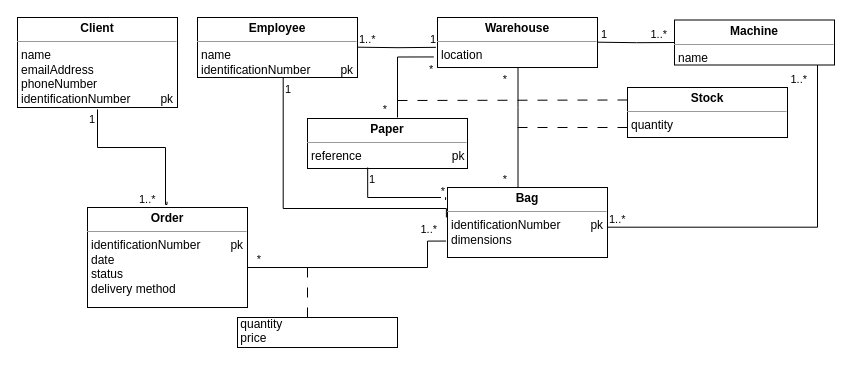
asilva1604/BD-PROJ-23-24 keeps this draw.io diagram as factory.drawio. Above is the earlier version. Source tidied: cells renumbered, new cells numbered last; positions are measured from the earlier drawing's top-left corner, leaving out a move shared by most shapes. Both pictures are drawn from the tidied source at 100%, with x=0, y=0 at pixel (17, 17).
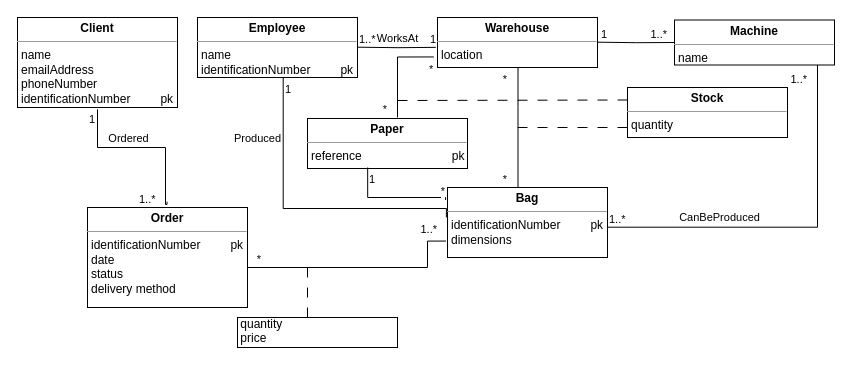
The same diagram, later.

The change refers to these unchanged cells:
```xml
<mxCell id="5" style="endArrow=none;html=1;edgeStyle=orthogonalEdgeStyle;rounded=0;exitX=0.451;exitY=1.021;exitDx=0;exitDy=0;exitPerimeter=0;entryX=0.497;entryY=-0.058;entryDx=0;entryDy=0;entryPerimeter=0;" parent="1" edge="1" target="4">
  <mxGeometry relative="1" as="geometry">
    <mxPoint x="80" y="91.9" as="sourcePoint" />
    <Array as="points">
      <mxPoint x="80" y="130" />
      <mxPoint x="148" y="130" />
      <mxPoint x="148" y="187" />
    </Array>
  </mxGeometry>
</mxCell>
<mxCell id="7" style="endArrow=none;html=1;edgeStyle=orthogonalEdgeStyle;rounded=0;exitX=0.419;exitY=1.045;exitDx=0;exitDy=0;exitPerimeter=0;entryX=-0.007;entryY=0.427;entryDx=0;entryDy=0;entryPerimeter=0;" parent="1" edge="1" target="15">
  <mxGeometry relative="1" as="geometry">
    <mxPoint x="265.7" y="60" as="sourcePoint" />
    <Array as="points">
      <mxPoint x="266" y="191" />
    </Array>
  </mxGeometry>
</mxCell>
<mxCell id="12" style="endArrow=none;html=1;edgeStyle=orthogonalEdgeStyle;rounded=0;entryX=-0.01;entryY=0.597;entryDx=0;entryDy=0;entryPerimeter=0;" parent="1" edge="1" target="11">
  <mxGeometry relative="1" as="geometry">
    <mxPoint x="340" y="29.7" as="sourcePoint" />
  </mxGeometry>
</mxCell>
<mxCell id="36" style="endArrow=none;html=1;edgeStyle=orthogonalEdgeStyle;rounded=0;" parent="1" edge="1" target="16">
  <mxGeometry relative="1" as="geometry">
    <mxPoint x="590" y="209.7" as="sourcePoint" />
    <Array as="points">
      <mxPoint x="800" y="210" />
    </Array>
  </mxGeometry>
</mxCell>
```

The edit, as a diff of the source:
```diff
@@
+    <mxCell id="41" value="Ordered" style="edgeLabel;html=1;align=center;verticalAlign=middle;" parent="5" vertex="1">
+      <mxGeometry x="-0.18" relative="1" as="geometry">
+        <mxPoint y="-10" as="offset" />
+      </mxGeometry>
+    </mxCell>
@@
+    <mxCell id="42" value="Produced" style="edgeLabel;html=1;align=center;verticalAlign=middle;" parent="7" vertex="1">
+      <mxGeometry x="-0.69" y="-2" relative="1" as="geometry">
+        <mxPoint x="-24" y="13" as="offset" />
+      </mxGeometry>
+    </mxCell>
@@
+    <mxCell id="43" value="WorksAt" style="edgeLabel;html=1;align=center;verticalAlign=middle;" parent="12" vertex="1">
+      <mxGeometry x="-0.01" y="-1" relative="1" as="geometry">
+        <mxPoint x="1" y="-11" as="offset" />
+      </mxGeometry>
+    </mxCell>
@@
+    <mxCell id="44" value="CanBeProduced" style="edgeLabel;html=1;align=center;verticalAlign=middle;" parent="36" vertex="1">
+      <mxGeometry x="-0.47" relative="1" as="geometry">
+        <mxPoint x="12" y="-10" as="offset" />
+      </mxGeometry>
+    </mxCell>
```
